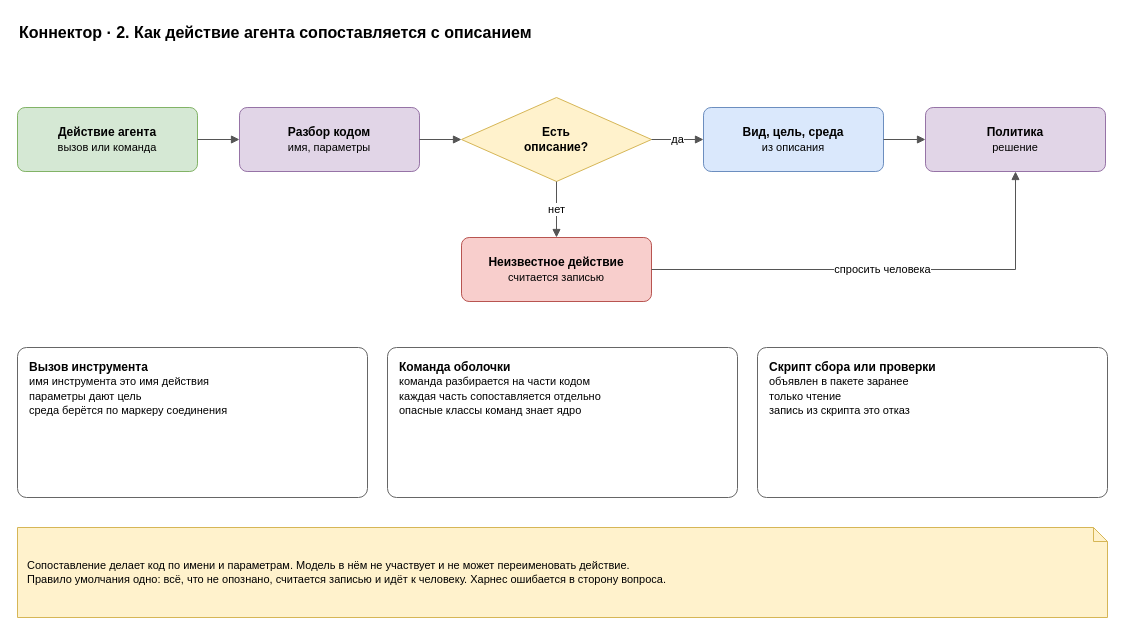
The draw.io diagram page "2. Сопоставление" (2 of 6) of docs/spec/harness-connector.drawio in roygkov/reins, before the edit. Source tidied: cells renumbered, new cells numbered last; positions are measured from the earlier drawing's top-left corner, leaving out a move shared by most shapes. Both pictures are drawn from the tidied source at 100%, with x=0, y=0 at pixel (17, 17).
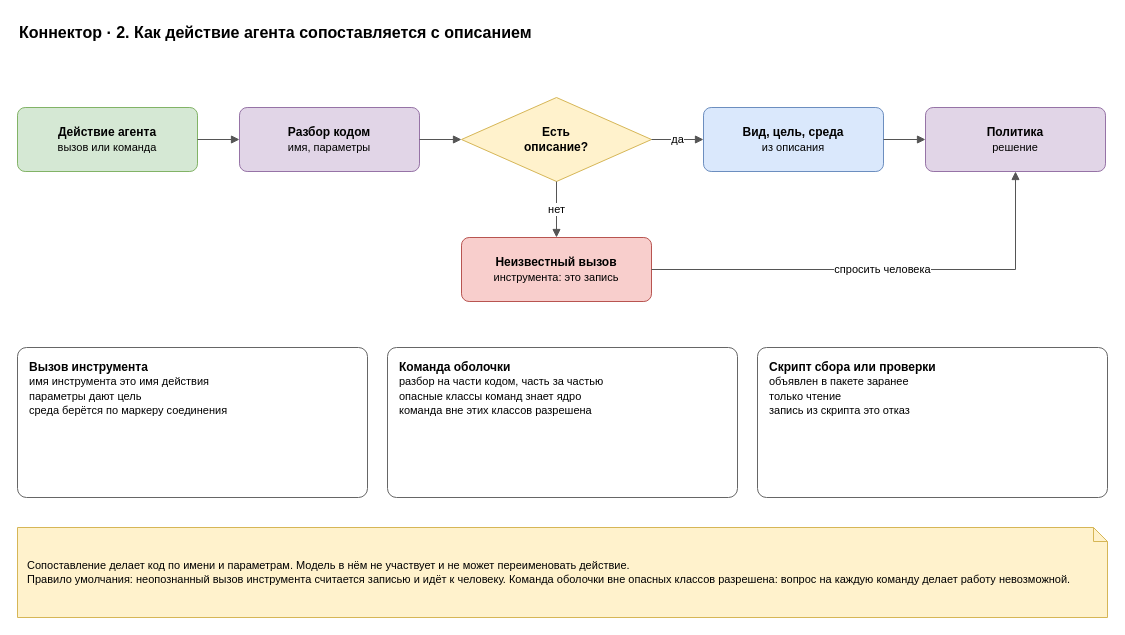
After the change.

Diff of the diagram source:
```diff
@@
-    <mxCell id="8" value="&lt;b&gt;Неизвестное действие&lt;/b&gt;&lt;br&gt;&lt;font style=&quot;font-size:11px&quot;&gt;считается записью&lt;/font&gt;" style="rounded=1;whiteSpace=wrap;html=1;fillColor=#f8cecc;strokeColor=#b85450;arcSize=12;" parent="1" vertex="1">
+    <mxCell id="8" value="&lt;b&gt;Неизвестный вызов&lt;/b&gt;&lt;br&gt;&lt;font style=&quot;font-size:11px&quot;&gt;инструмента: это запись&lt;/font&gt;" style="rounded=1;whiteSpace=wrap;html=1;fillColor=#f8cecc;strokeColor=#b85450;arcSize=12;" parent="1" vertex="1">
       <mxGeometry x="444" y="220" width="190" height="64" as="geometry" />
     </mxCell>
@@
-    <mxCell id="16" value="&lt;b&gt;Команда оболочки&lt;/b&gt;&lt;br&gt;&lt;font style=&quot;font-size:11px&quot;&gt;команда разбирается на части кодом&lt;br&gt;каждая часть сопоставляется отдельно&lt;br&gt;опасные классы команд знает ядро&lt;/font&gt;" style="rounded=1;whiteSpace=wrap;html=1;fillColor=#ffffff;strokeColor=#666666;arcSize=6;align=left;verticalAlign=top;spacingLeft=10;spacingTop=6;spacingRight=6;" parent="1" vertex="1">
+    <mxCell id="16" value="&lt;b&gt;Команда оболочки&lt;/b&gt;&lt;br&gt;&lt;font style=&quot;font-size:11px&quot;&gt;разбор на части кодом, часть за частью&lt;br&gt;опасные классы команд знает ядро&lt;br&gt;команда вне этих классов разрешена&lt;/font&gt;" style="rounded=1;whiteSpace=wrap;html=1;fillColor=#ffffff;strokeColor=#666666;arcSize=6;align=left;verticalAlign=top;spacingLeft=10;spacingTop=6;spacingRight=6;" parent="1" vertex="1">
       <mxGeometry x="370" y="330" width="350" height="150" as="geometry" />
     </mxCell>
@@
-    <mxCell id="18" value="Сопоставление делает код по имени и параметрам. Модель в нём не участвует и не может переименовать действие.&lt;br&gt;Правило умолчания одно: всё, что не опознано, считается записью и идёт к человеку. Харнес ошибается в сторону вопроса." style="shape=note;whiteSpace=wrap;html=1;backgroundOutline=1;size=14;fillColor=#fff2cc;strokeColor=#d6b656;align=left;spacingLeft=8;spacingRight=8;fontSize=11;" parent="1" vertex="1">
+    <mxCell id="18" value="Сопоставление делает код по имени и параметрам. Модель в нём не участвует и не может переименовать действие.&lt;br&gt;Правило умолчания: неопознанный вызов инструмента считается записью и идёт к человеку. Команда оболочки вне опасных классов разрешена: вопрос на каждую команду делает работу невозможной." style="shape=note;whiteSpace=wrap;html=1;backgroundOutline=1;size=14;fillColor=#fff2cc;strokeColor=#d6b656;align=left;spacingLeft=8;spacingRight=8;fontSize=11;" parent="1" vertex="1">
       <mxGeometry y="510" width="1090" height="90" as="geometry" />
     </mxCell>
```
